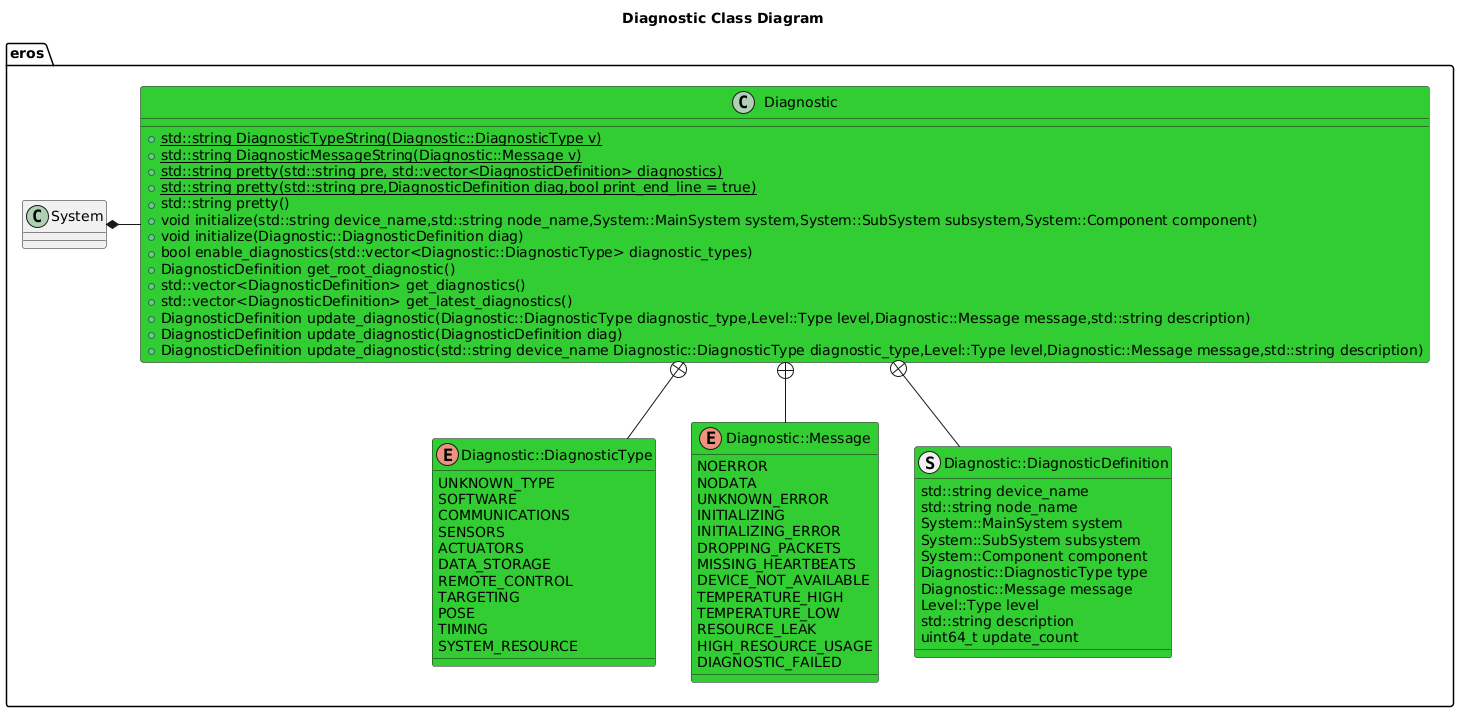
This is include/eros/doc/output/DiagnosticClassDiagram.png from dgitz/eros, a PlantUML export, as it was before one commit.
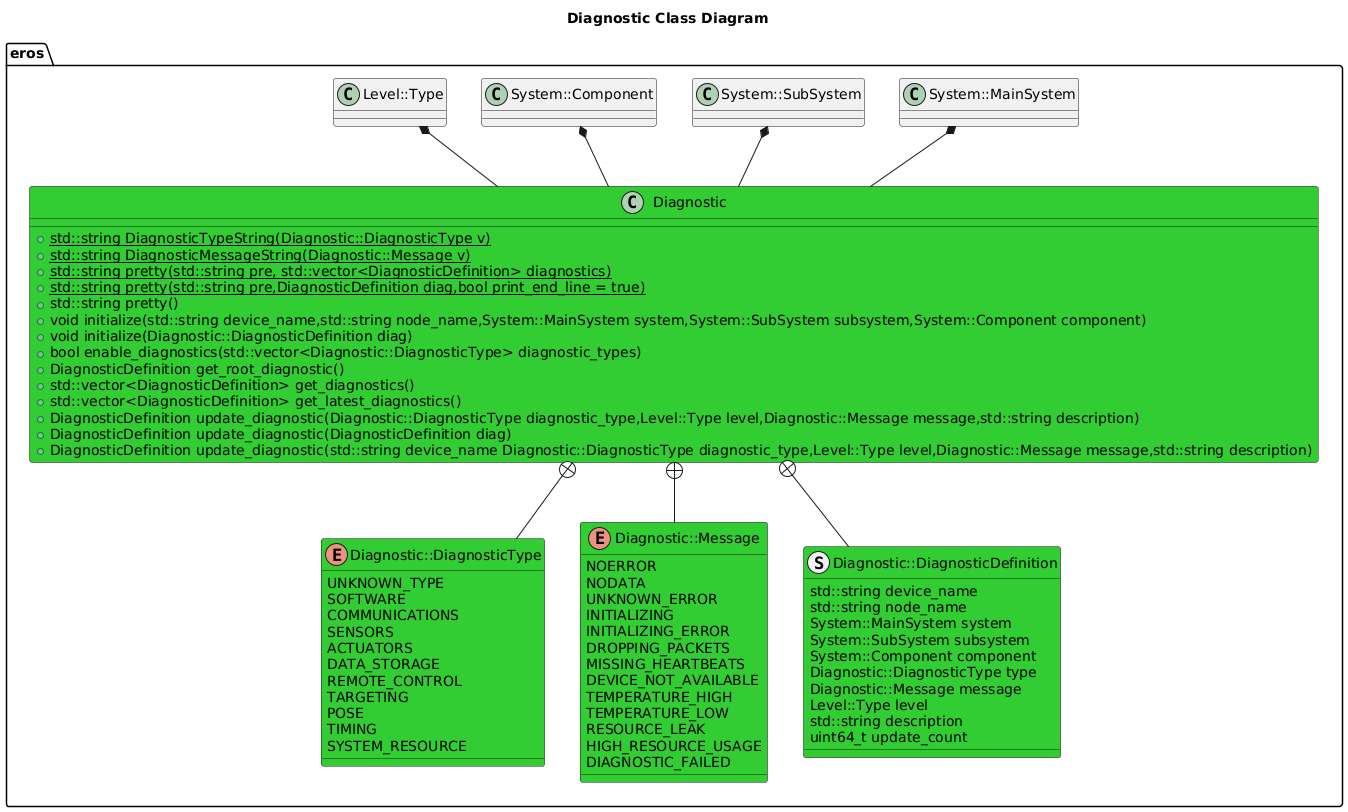
After the change.

The edit, as a diff of the source:
```diff
@@ -1,7 +1,10 @@
 @startuml
 title Diagnostic Class Diagram
 package eros {
-    class System
+    class System::MainSystem
+    class System::SubSystem
+    class System::Component
+    class Level::Type
     together {
         class Diagnostic
         enum Diagnostic::DiagnosticType
@@ -52,7 +55,10 @@
     Diagnostic +-- Diagnostic::Message
     Diagnostic +-- Diagnostic::DiagnosticType
     Diagnostic +-- Diagnostic::DiagnosticDefinition
-    System *- Diagnostic
+    System::MainSystem *-- Diagnostic
+    System::SubSystem *-- Diagnostic
+    System::Component *-- Diagnostic
+    Level::Type *-- Diagnostic
     class Diagnostic #LimeGreen {
 
         +{static} std::string DiagnosticTypeString(Diagnostic::DiagnosticType v)
```
